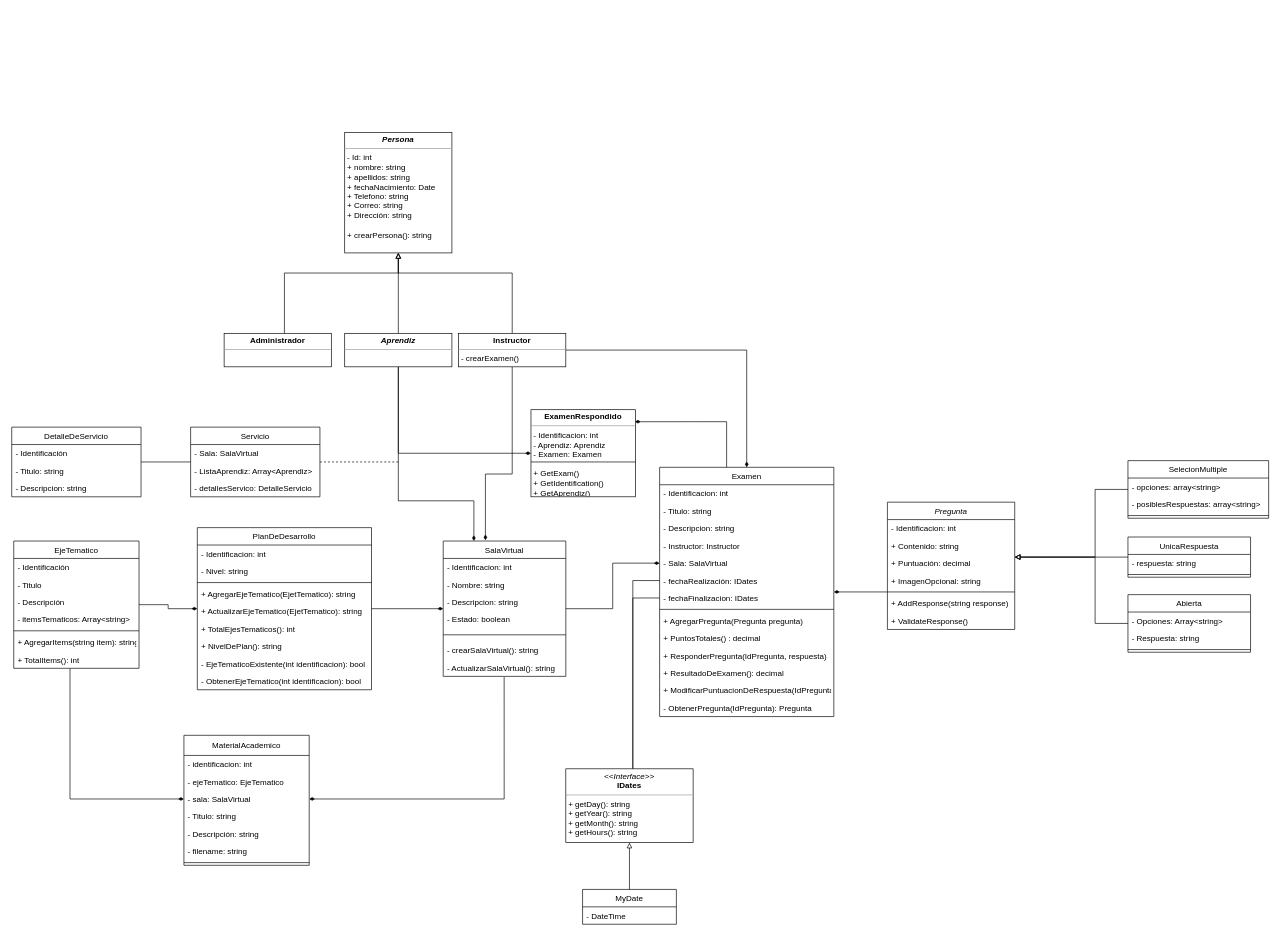
This is page "UML class" (1 of 2) of StarDriver.domain.core/ddd-diagram.dio from Roybermahe/StarDriver, a draw.io file, before an edit. Source tidied: cells renumbered, new cells numbered last; positions are measured from the earlier drawing's top-left corner, leaving out a move shared by most shapes. Both pictures are drawn from the tidied source at 67%, with x=0, y=0 at pixel (11, 132).
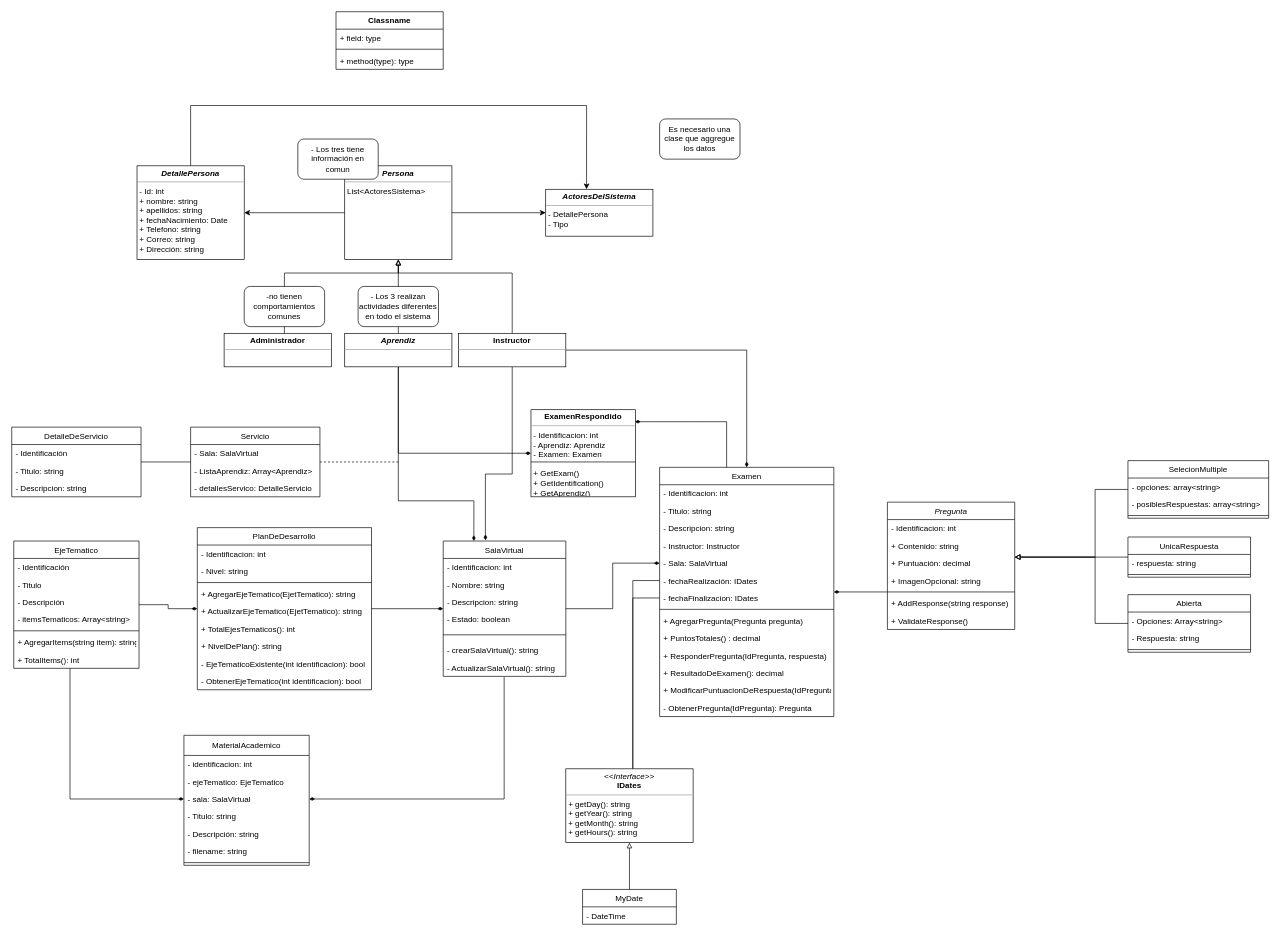
The same diagram, later.

The change refers to these unchanged cells:
```xml
<mxCell id="11" value="&lt;p style=&quot;margin: 0px ; margin-top: 4px ; text-align: center&quot;&gt;&lt;b&gt;&lt;i&gt;Aprendiz&lt;/i&gt;&lt;/b&gt;&lt;/p&gt;&lt;hr size=&quot;1&quot;&gt;&lt;p style=&quot;box-sizing: content-box ; margin: 4px 0px 0px ; padding: 0px ; text-align: center&quot;&gt;&lt;/p&gt;&lt;p style=&quot;box-sizing: content-box ; margin: 0px 0px 0px 4px ; padding: 0px&quot;&gt;&lt;br&gt;&lt;/p&gt;&lt;p style=&quot;box-sizing: content-box ; margin: 0px 0px 0px 4px ; padding: 0px&quot;&gt;&lt;br&gt;&lt;/p&gt;&lt;hr size=&quot;1&quot; style=&quot;box-sizing: content-box ; margin: 0px ; padding: 0px ; height: 1px ; border: none&quot;&gt;&lt;p style=&quot;box-sizing: content-box ; margin: 0px 0px 0px 4px ; padding: 0px&quot;&gt;&lt;br&gt;&lt;/p&gt;&lt;p style=&quot;box-sizing: content-box ; margin: 0px 0px 0px 4px ; padding: 0px&quot;&gt;&lt;br&gt;&lt;/p&gt;" style="verticalAlign=top;align=left;overflow=fill;fontSize=12;fontFamily=Helvetica;html=1;" parent="1" vertex="1">
  <mxGeometry x="497" y="300" width="160" height="50" as="geometry" />
</mxCell>
```

The edit, as a diff of the source:
```diff
@@
     <mxCell id="3" style="edgeStyle=orthogonalEdgeStyle;rounded=0;jettySize=auto;html=1;endArrow=none;endFill=0;startArrow=block;startFill=0;strokeWidth=1;" parent="1" edge="1" source="5" target="11">
-      <mxGeometry relative="1" as="geometry" />
+      <mxGeometry relative="1" as="geometry">
+        <Array as="points">
+          <mxPoint x="577" y="260" />
+          <mxPoint x="577" y="260" />
+        </Array>
+      </mxGeometry>
     </mxCell>
     <mxCell id="4" style="edgeStyle=orthogonalEdgeStyle;rounded=0;jettySize=auto;html=1;endArrow=none;endFill=0;startArrow=block;startFill=0;strokeWidth=1;" parent="1" edge="1" source="5" target="8">
       <mxGeometry relative="1" as="geometry">
         <Array as="points">
-          <mxPoint x="577" y="210" />
           <mxPoint x="747" y="210" />
         </Array>
       </mxGeometry>
     </mxCell>
+    <mxCell id="109" style="edgeStyle=orthogonalEdgeStyle;rounded=0;jettySize=auto;html=1;" parent="1" edge="1" source="5" target="118">
+      <mxGeometry relative="1" as="geometry" />
+    </mxCell>
+    <mxCell id="110" style="edgeStyle=orthogonalEdgeStyle;rounded=0;jettySize=auto;html=1;" parent="1" edge="1" source="5" target="121">
+      <mxGeometry relative="1" as="geometry" />
+    </mxCell>
-    <mxCell id="5" value="&lt;p style=&quot;margin: 0px ; margin-top: 4px ; text-align: center&quot;&gt;&lt;b&gt;&lt;i&gt;Persona&lt;/i&gt;&lt;/b&gt;&lt;/p&gt;&lt;hr size=&quot;1&quot;&gt;&lt;p style=&quot;box-sizing: content-box ; margin: 4px 0px 0px ; padding: 0px ; text-align: center&quot;&gt;&lt;/p&gt;&lt;p style=&quot;box-sizing: content-box ; margin: 0px 0px 0px 4px ; padding: 0px&quot;&gt;- Id: int&lt;/p&gt;&lt;p style=&quot;box-sizing: content-box ; margin: 0px 0px 0px 4px ; padding: 0px&quot;&gt;+ nombre: string&lt;/p&gt;&lt;p style=&quot;box-sizing: content-box ; margin: 0px 0px 0px 4px ; padding: 0px&quot;&gt;+ apellidos: string&lt;/p&gt;&lt;p style=&quot;box-sizing: content-box ; margin: 0px 0px 0px 4px ; padding: 0px&quot;&gt;+ fechaNacimiento: Date&lt;/p&gt;&lt;p style=&quot;box-sizing: content-box ; margin: 0px 0px 0px 4px ; padding: 0px&quot;&gt;+ Telefono: string&lt;/p&gt;&lt;p style=&quot;box-sizing: content-box ; margin: 0px 0px 0px 4px ; padding: 0px&quot;&gt;+ Correo: string&lt;/p&gt;&lt;p style=&quot;box-sizing: content-box ; margin: 0px 0px 0px 4px ; padding: 0px&quot;&gt;+ Dirección: string&lt;/p&gt;&lt;p style=&quot;box-sizing: content-box ; margin: 0px 0px 0px 4px ; padding: 0px&quot;&gt;&lt;br&gt;&lt;/p&gt;&lt;p style=&quot;box-sizing: content-box ; margin: 0px 0px 0px 4px ; padding: 0px&quot;&gt;+ crearPersona(): string&lt;/p&gt;" style="verticalAlign=top;align=left;overflow=fill;fontSize=12;fontFamily=Helvetica;html=1;" parent="1" vertex="1">
-      <mxGeometry x="497" width="160" height="180" as="geometry" />
+    <mxCell id="5" value="&lt;p style=&quot;margin: 0px ; margin-top: 4px ; text-align: center&quot;&gt;&lt;b&gt;&lt;i&gt;Persona&lt;/i&gt;&lt;/b&gt;&lt;/p&gt;&lt;hr size=&quot;1&quot;&gt;&lt;p style=&quot;box-sizing: content-box ; margin: 4px 0px 0px ; padding: 0px ; text-align: center&quot;&gt;&lt;/p&gt;&lt;p style=&quot;box-sizing: content-box ; margin: 0px 0px 0px 4px ; padding: 0px&quot;&gt;List&amp;lt;ActoresSistema&amp;gt;&lt;/p&gt;" style="verticalAlign=top;align=left;overflow=fill;fontSize=12;fontFamily=Helvetica;html=1;" parent="1" vertex="1">
+      <mxGeometry x="497" y="50" width="160" height="140" as="geometry" />
     </mxCell>
@@
-    <mxCell id="8" value="&lt;p style=&quot;margin: 0px ; margin-top: 4px ; text-align: center&quot;&gt;&lt;b&gt;Instructor&lt;/b&gt;&lt;/p&gt;&lt;hr size=&quot;1&quot;&gt;&lt;p style=&quot;box-sizing: content-box ; margin: 4px 0px 0px ; padding: 0px ; text-align: center&quot;&gt;&lt;/p&gt;&lt;p style=&quot;box-sizing: content-box ; margin: 0px 0px 0px 4px ; padding: 0px&quot;&gt;- crearExamen()&lt;/p&gt;" style="verticalAlign=top;align=left;overflow=fill;fontSize=12;fontFamily=Helvetica;html=1;" parent="1" vertex="1">
+    <mxCell id="8" value="&lt;p style=&quot;margin: 0px ; margin-top: 4px ; text-align: center&quot;&gt;&lt;b&gt;Instructor&lt;/b&gt;&lt;/p&gt;&lt;hr size=&quot;1&quot;&gt;&lt;p style=&quot;box-sizing: content-box ; margin: 4px 0px 0px ; padding: 0px ; text-align: center&quot;&gt;&lt;/p&gt;&lt;p style=&quot;box-sizing: content-box ; margin: 0px 0px 0px 4px ; padding: 0px&quot;&gt;&lt;br&gt;&lt;/p&gt;" style="verticalAlign=top;align=left;overflow=fill;fontSize=12;fontFamily=Helvetica;html=1;" parent="1" vertex="1">
       <mxGeometry x="667" y="300" width="160" height="50" as="geometry" />
     </mxCell>
@@
+    <mxCell id="111" value="Classname" style="swimlane;fontStyle=1;align=center;verticalAlign=top;horizontal=1;startSize=26;" parent="1" vertex="1">
+      <mxGeometry x="484" y="-180" width="160" height="86" as="geometry" />
+    </mxCell>
+    <mxCell id="112" value="+ field: type" style="text;strokeColor=none;fillColor=none;align=left;verticalAlign=top;spacingLeft=4;spacingRight=4;overflow=hidden;" parent="111" vertex="1">
+      <mxGeometry y="26" width="160" height="26" as="geometry" />
+    </mxCell>
+    <mxCell id="113" style="line;strokeWidth=1;fillColor=none;align=left;verticalAlign=middle;spacingTop=-1;spacingLeft=3;spacingRight=3;labelPosition=right;" parent="111" vertex="1">
+      <mxGeometry y="52" width="160" height="8" as="geometry" />
+    </mxCell>
+    <mxCell id="114" value="+ method(type): type" style="text;strokeColor=none;fillColor=none;align=left;verticalAlign=top;spacingLeft=4;spacingRight=4;overflow=hidden;" parent="111" vertex="1">
+      <mxGeometry y="60" width="160" height="26" as="geometry" />
+    </mxCell>
+    <mxCell id="115" value="-no tienen comportamientos comunes" style="rounded=1;whiteSpace=wrap;html=1;" parent="1" vertex="1">
+      <mxGeometry x="347" y="230" width="120" height="60" as="geometry" />
+    </mxCell>
+    <mxCell id="116" value="- Los 3 realizan actividades diferentes en todo el sistema" style="rounded=1;whiteSpace=wrap;html=1;" parent="1" vertex="1">
+      <mxGeometry x="517" y="230" width="120" height="60" as="geometry" />
+    </mxCell>
+    <mxCell id="117" value="- Los tres tiene información en comun" style="rounded=1;whiteSpace=wrap;html=1;" parent="1" vertex="1">
+      <mxGeometry x="427" y="10" width="120" height="60" as="geometry" />
+    </mxCell>
+    <mxCell id="118" value="&lt;p style=&quot;margin: 0px ; margin-top: 4px ; text-align: center&quot;&gt;&lt;b&gt;&lt;i&gt;ActoresDelSistema&lt;/i&gt;&lt;/b&gt;&lt;/p&gt;&lt;hr size=&quot;1&quot;&gt;&lt;p style=&quot;box-sizing: content-box ; margin: 4px 0px 0px ; padding: 0px ; text-align: center&quot;&gt;&lt;/p&gt;&lt;p style=&quot;box-sizing: content-box ; margin: 0px 0px 0px 4px ; padding: 0px&quot;&gt;- DetallePersona&lt;/p&gt;&lt;p style=&quot;box-sizing: content-box ; margin: 0px 0px 0px 4px ; padding: 0px&quot;&gt;- Tipo&lt;/p&gt;" style="verticalAlign=top;align=left;overflow=fill;fontSize=12;fontFamily=Helvetica;html=1;" parent="1" vertex="1">
+      <mxGeometry x="797" y="85" width="160" height="70" as="geometry" />
+    </mxCell>
+    <mxCell id="119" value="Es necesario una clase que aggregue los datos" style="rounded=1;whiteSpace=wrap;html=1;" parent="1" vertex="1">
+      <mxGeometry x="967" y="-20" width="120" height="60" as="geometry" />
+    </mxCell>
+    <mxCell id="120" style="edgeStyle=orthogonalEdgeStyle;rounded=0;jettySize=auto;html=1;entryX=0.381;entryY=0;entryDx=0;entryDy=0;entryPerimeter=0;" parent="1" edge="1" source="121" target="118">
+      <mxGeometry relative="1" as="geometry">
+        <Array as="points">
+          <mxPoint x="267" y="-40" />
+          <mxPoint x="858" y="-40" />
+        </Array>
+      </mxGeometry>
+    </mxCell>
+    <mxCell id="121" value="&lt;p style=&quot;margin: 0px ; margin-top: 4px ; text-align: center&quot;&gt;&lt;b&gt;&lt;i&gt;DetallePersona&lt;/i&gt;&lt;/b&gt;&lt;/p&gt;&lt;hr size=&quot;1&quot;&gt;&lt;p style=&quot;box-sizing: content-box ; margin: 4px 0px 0px ; padding: 0px ; text-align: center&quot;&gt;&lt;/p&gt;&lt;p style=&quot;box-sizing: content-box ; margin: 0px 0px 0px 4px ; padding: 0px&quot;&gt;- Id: int&lt;/p&gt;&lt;p style=&quot;box-sizing: content-box ; margin: 0px 0px 0px 4px ; padding: 0px&quot;&gt;+ nombre: string&lt;/p&gt;&lt;p style=&quot;box-sizing: content-box ; margin: 0px 0px 0px 4px ; padding: 0px&quot;&gt;+ apellidos: string&lt;/p&gt;&lt;p style=&quot;box-sizing: content-box ; margin: 0px 0px 0px 4px ; padding: 0px&quot;&gt;+ fechaNacimiento: Date&lt;/p&gt;&lt;p style=&quot;box-sizing: content-box ; margin: 0px 0px 0px 4px ; padding: 0px&quot;&gt;+ Telefono: string&lt;/p&gt;&lt;p style=&quot;box-sizing: content-box ; margin: 0px 0px 0px 4px ; padding: 0px&quot;&gt;+ Correo: string&lt;/p&gt;&lt;p style=&quot;box-sizing: content-box ; margin: 0px 0px 0px 4px ; padding: 0px&quot;&gt;+ Dirección: string&lt;/p&gt;" style="verticalAlign=top;align=left;overflow=fill;fontSize=12;fontFamily=Helvetica;html=1;" parent="1" vertex="1">
+      <mxGeometry x="187" y="50" width="160" height="140" as="geometry" />
+    </mxCell>
```
